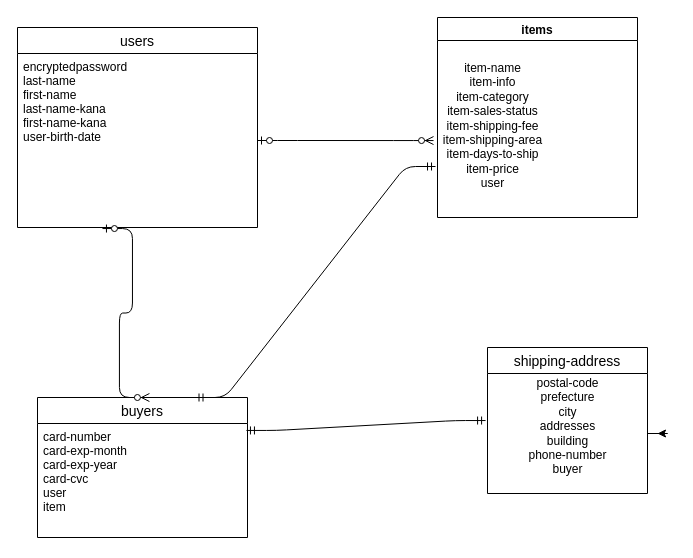
This is ER.dio from takeshivvv/furima-30339, a draw.io file, before an edit. Source tidied: cells renumbered, new cells numbered last; positions are measured from the earlier drawing's top-left corner, leaving out a move shared by most shapes. Both pictures are drawn from the tidied source at 100%, with x=0, y=0 at pixel (17, 17).
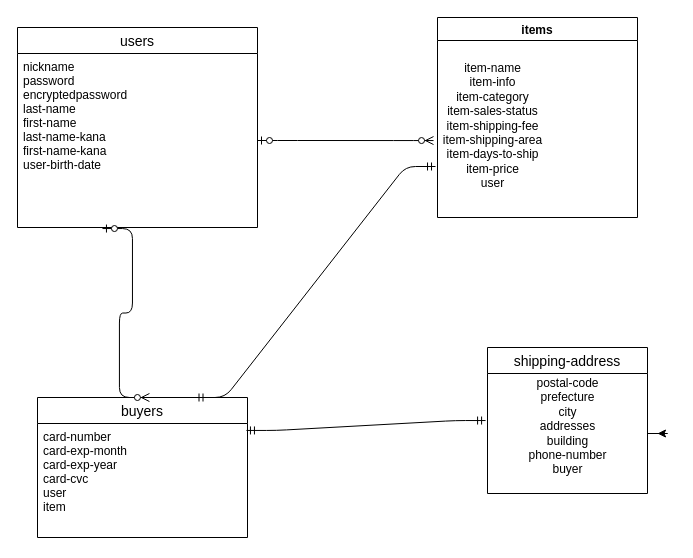
The same page after the edit.

Commit message (it also covers changes not shown here):
データベース設計の修正３

Change to the diagram source:
```diff
@@
 <mxGraphModel>
   <root>
     <mxCell id="0" />
     <mxCell id="1" parent="0" />
     <mxCell id="2" value="users" style="swimlane;fontStyle=0;horizontal=1;startSize=26;align=center;fontSize=14;" parent="1" vertex="1">
       <mxGeometry y="10" width="240" height="200" as="geometry" />
     </mxCell>
-    <mxCell id="3" value="encryptedpassword&#10;last-name&#10;first-name&#10;last-name-kana&#10;first-name-kana&#10;user-birth-date" style="text;strokeColor=none;fillColor=none;spacingLeft=4;spacingRight=4;overflow=hidden;points=[[0,0.5],[1,0.5]];portConstraint=eastwest;fontSize=12;" parent="2" vertex="1">
+    <mxCell id="3" value="nickname&#10;password&#10;encryptedpassword&#10;last-name&#10;first-name&#10;last-name-kana&#10;first-name-kana&#10;user-birth-date" style="text;strokeColor=none;fillColor=none;spacingLeft=4;spacingRight=4;overflow=hidden;points=[[0,0.5],[1,0.5]];portConstraint=eastwest;fontSize=12;" parent="2" vertex="1">
       <mxGeometry y="26" width="240" height="174" as="geometry" />
     </mxCell>
     <mxCell id="4" value="items" style="swimlane;" parent="1" vertex="1">
       <mxGeometry x="420" width="200" height="200" as="geometry" />
     </mxCell>
     <mxCell id="5" value="&lt;br&gt;item-name&lt;br&gt;item-info&lt;br&gt;item-category&lt;br&gt;item-sales-status&lt;br&gt;item-shipping-fee&lt;br&gt;item-shipping-area&lt;br&gt;item-days-to-ship&lt;br&gt;item-price&lt;br&gt;user" style="text;html=1;align=center;verticalAlign=middle;points=[];" parent="4" vertex="1">
       <mxGeometry y="26" width="110" height="150" as="geometry" />
     </mxCell>
     <mxCell id="6" value="buyers" style="swimlane;fontStyle=0;horizontal=1;startSize=26;align=center;fontSize=14;" parent="1" vertex="1">
       <mxGeometry x="20" y="380" width="210" height="140" as="geometry" />
     </mxCell>
     <mxCell id="7" value="card-number&#10;card-exp-month&#10;card-exp-year&#10;card-cvc&#10;user&#10;item&#10;" style="text;strokeColor=none;fillColor=none;spacingLeft=4;spacingRight=4;overflow=hidden;points=[[0,0.5],[1,0.5]];portConstraint=eastwest;fontSize=12;" parent="6" vertex="1">
       <mxGeometry y="26" width="210" height="114" as="geometry" />
     </mxCell>
     <mxCell id="8" value="shipping-address" style="swimlane;fontStyle=0;horizontal=1;startSize=26;align=center;fontSize=14;" parent="1" vertex="1">
       <mxGeometry x="470" y="330" width="160" height="146" as="geometry" />
     </mxCell>
     <mxCell id="9" value="postal-code&lt;br&gt;prefecture&lt;br&gt;city&lt;br&gt;addresses&lt;br&gt;building&lt;br&gt;phone-number&lt;br&gt;buyer&lt;br&gt;&lt;br&gt;" style="text;html=1;align=center;verticalAlign=middle;points=[];" parent="8" vertex="1">
       <mxGeometry y="26" width="160" height="120" as="geometry" />
     </mxCell>
     <mxCell id="10" style="edgeStyle=orthogonalEdgeStyle;rounded=0;jettySize=auto;html=1;" parent="8" edge="1" source="9">
       <mxGeometry relative="1" as="geometry">
         <mxPoint x="170" y="86" as="targetPoint" />
       </mxGeometry>
     </mxCell>
     <mxCell id="11" style="edgeStyle=entityRelationEdgeStyle;fontSize=12;html=1;endArrow=ERzeroToMany;startArrow=ERzeroToOne;exitX=1;exitY=0.5;exitDx=0;exitDy=0;entryX=-0.036;entryY=0.647;entryDx=0;entryDy=0;entryPerimeter=0;" parent="1" edge="1" source="3" target="5">
       <mxGeometry relative="1" as="geometry" />
     </mxCell>
     <mxCell id="12" style="edgeStyle=entityRelationEdgeStyle;fontSize=12;html=1;endArrow=ERmandOne;startArrow=ERmandOne;entryX=-0.018;entryY=0.82;entryDx=0;entryDy=0;entryPerimeter=0;exitX=0.75;exitY=0;exitDx=0;exitDy=0;" parent="1" edge="1" source="6" target="5">
       <mxGeometry relative="1" as="geometry" />
     </mxCell>
     <mxCell id="13" style="edgeStyle=entityRelationEdgeStyle;fontSize=12;html=1;endArrow=ERmandOne;startArrow=ERmandOne;entryX=-0.012;entryY=0.392;entryDx=0;entryDy=0;entryPerimeter=0;exitX=0.995;exitY=0.061;exitDx=0;exitDy=0;exitPerimeter=0;" parent="1" edge="1" source="7" target="9">
       <mxGeometry relative="1" as="geometry" />
     </mxCell>
     <mxCell id="14" style="edgeStyle=entityRelationEdgeStyle;fontSize=12;html=1;endArrow=ERzeroToMany;startArrow=ERzeroToOne;entryX=0.533;entryY=0;entryDx=0;entryDy=0;entryPerimeter=0;exitX=0.354;exitY=1.006;exitDx=0;exitDy=0;exitPerimeter=0;" parent="1" edge="1" source="3" target="6">
       <mxGeometry relative="1" as="geometry" />
     </mxCell>
   </root>
 </mxGraphModel>
```
